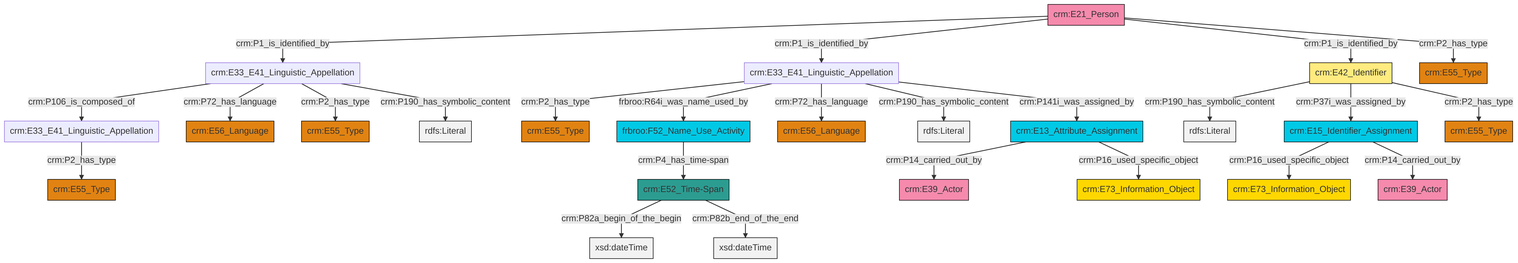
Earlier version of the Mermaid export et/personCSV/ttl/mmd/png/Person_Names_and_Classification.png (swiss-art-research-net/docs.swissartresearch). Its source is kept beside it as et/personCSV/ttl/mmd/Person_Names_and_Classification.ttl.mmd.
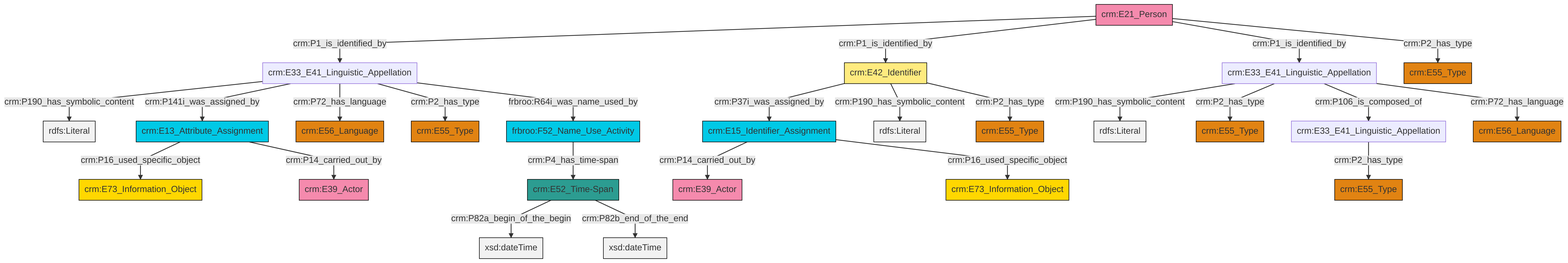
After the change.

Change to the diagram source:
```diff
@@ -13,27 +13,27 @@
 classDef PC_Classes fill:#4ce600, stroke:#000000;
 classDef Multi fill:#cccccc,stroke:#000000;
 
-0["crm:E33_E41_Linguistic_Appellation"]:::Default -->|crm:P2_has_type| 1["crm:E55_Type"]:::Type
-6["crm:E15_Identifier_Assignment"]:::Temporal_Entity -->|crm:P16_used_specific_object| 7["crm:E73_Information_Object"]:::Conceptual_Object
-8["crm:E33_E41_Linguistic_Appellation"]:::Default -->|crm:P106_is_composed_of| 9["crm:E33_E41_Linguistic_Appellation"]:::Default
-0["crm:E33_E41_Linguistic_Appellation"]:::Default -->|frbroo:R64i_was_name_used_by| 13["frbroo:F52_Name_Use_Activity"]:::Temporal_Entity
-9["crm:E33_E41_Linguistic_Appellation"]:::Default -->|crm:P2_has_type| 14["crm:E55_Type"]:::Type
-8["crm:E33_E41_Linguistic_Appellation"]:::Default -->|crm:P72_has_language| 4["crm:E56_Language"]:::Type
-0["crm:E33_E41_Linguistic_Appellation"]:::Default -->|crm:P72_has_language| 15["crm:E56_Language"]:::Type
-11["crm:E42_Identifier"]:::Appellation -->|crm:P190_has_symbolic_content| 17[rdfs:Literal]:::Literal
-0["crm:E33_E41_Linguistic_Appellation"]:::Default -->|crm:P190_has_symbolic_content| 20[rdfs:Literal]:::Literal
-11["crm:E42_Identifier"]:::Appellation -->|crm:P37i_was_assigned_by| 6["crm:E15_Identifier_Assignment"]:::Temporal_Entity
-18["crm:E13_Attribute_Assignment"]:::Temporal_Entity -->|crm:P14_carried_out_by| 21["crm:E39_Actor"]:::Actor
-18["crm:E13_Attribute_Assignment"]:::Temporal_Entity -->|crm:P16_used_specific_object| 28["crm:E73_Information_Object"]:::Conceptual_Object
-6["crm:E15_Identifier_Assignment"]:::Temporal_Entity -->|crm:P14_carried_out_by| 32["crm:E39_Actor"]:::Actor
-8["crm:E33_E41_Linguistic_Appellation"]:::Default -->|crm:P2_has_type| 25["crm:E55_Type"]:::Type
-2["crm:E21_Person"]:::Actor -->|crm:P1_is_identified_by| 8["crm:E33_E41_Linguistic_Appellation"]:::Default
+0["crm:E33_E41_Linguistic_Appellation"]:::Default -->|crm:P190_has_symbolic_content| 1[rdfs:Literal]:::Literal
+8["crm:E21_Person"]:::Actor -->|crm:P1_is_identified_by| 0["crm:E33_E41_Linguistic_Appellation"]:::Default
+9["crm:E15_Identifier_Assignment"]:::Temporal_Entity -->|crm:P14_carried_out_by| 2["crm:E39_Actor"]:::Actor
+12["crm:E42_Identifier"]:::Appellation -->|crm:P37i_was_assigned_by| 9["crm:E15_Identifier_Assignment"]:::Temporal_Entity
+14["crm:E52_Time-Span"]:::Time-Span -->|crm:P82a_begin_of_the_begin| 15[xsd:dateTime]:::Literal
+18["crm:E13_Attribute_Assignment"]:::Temporal_Entity -->|crm:P16_used_specific_object| 19["crm:E73_Information_Object"]:::Conceptual_Object
 0["crm:E33_E41_Linguistic_Appellation"]:::Default -->|crm:P141i_was_assigned_by| 18["crm:E13_Attribute_Assignment"]:::Temporal_Entity
-13["frbroo:F52_Name_Use_Activity"]:::Temporal_Entity -->|crm:P4_has_time-span| 33["crm:E52_Time-Span"]:::Time-Span
-2["crm:E21_Person"]:::Actor -->|crm:P1_is_identified_by| 0["crm:E33_E41_Linguistic_Appellation"]:::Default
-2["crm:E21_Person"]:::Actor -->|crm:P1_is_identified_by| 11["crm:E42_Identifier"]:::Appellation
-8["crm:E33_E41_Linguistic_Appellation"]:::Default -->|crm:P190_has_symbolic_content| 38[rdfs:Literal]:::Literal
-33["crm:E52_Time-Span"]:::Time-Span -->|crm:P82a_begin_of_the_begin| 39[xsd:dateTime]:::Literal
-2["crm:E21_Person"]:::Actor -->|crm:P2_has_type| 40["crm:E55_Type"]:::Type
-11["crm:E42_Identifier"]:::Appellation -->|crm:P2_has_type| 36["crm:E55_Type"]:::Type
-33["crm:E52_Time-Span"]:::Time-Span -->|crm:P82b_end_of_the_end| 42[xsd:dateTime]:::Literal
+14["crm:E52_Time-Span"]:::Time-Span -->|crm:P82b_end_of_the_end| 22[xsd:dateTime]:::Literal
+12["crm:E42_Identifier"]:::Appellation -->|crm:P190_has_symbolic_content| 23[rdfs:Literal]:::Literal
+24["frbroo:F52_Name_Use_Activity"]:::Temporal_Entity -->|crm:P4_has_time-span| 14["crm:E52_Time-Span"]:::Time-Span
+8["crm:E21_Person"]:::Actor -->|crm:P1_is_identified_by| 12["crm:E42_Identifier"]:::Appellation
+18["crm:E13_Attribute_Assignment"]:::Temporal_Entity -->|crm:P14_carried_out_by| 28["crm:E39_Actor"]:::Actor
+0["crm:E33_E41_Linguistic_Appellation"]:::Default -->|crm:P72_has_language| 25["crm:E56_Language"]:::Type
+12["crm:E42_Identifier"]:::Appellation -->|crm:P2_has_type| 30["crm:E55_Type"]:::Type
+33["crm:E33_E41_Linguistic_Appellation"]:::Default -->|crm:P190_has_symbolic_content| 34[rdfs:Literal]:::Literal
+6["crm:E33_E41_Linguistic_Appellation"]:::Default -->|crm:P2_has_type| 20["crm:E55_Type"]:::Type
+8["crm:E21_Person"]:::Actor -->|crm:P1_is_identified_by| 33["crm:E33_E41_Linguistic_Appellation"]:::Default
+33["crm:E33_E41_Linguistic_Appellation"]:::Default -->|crm:P2_has_type| 4["crm:E55_Type"]:::Type
+9["crm:E15_Identifier_Assignment"]:::Temporal_Entity -->|crm:P16_used_specific_object| 31["crm:E73_Information_Object"]:::Conceptual_Object
+8["crm:E21_Person"]:::Actor -->|crm:P2_has_type| 16["crm:E55_Type"]:::Type
+33["crm:E33_E41_Linguistic_Appellation"]:::Default -->|crm:P106_is_composed_of| 6["crm:E33_E41_Linguistic_Appellation"]:::Default
+33["crm:E33_E41_Linguistic_Appellation"]:::Default -->|crm:P72_has_language| 40["crm:E56_Language"]:::Type
+0["crm:E33_E41_Linguistic_Appellation"]:::Default -->|crm:P2_has_type| 10["crm:E55_Type"]:::Type
+0["crm:E33_E41_Linguistic_Appellation"]:::Default -->|frbroo:R64i_was_name_used_by| 24["frbroo:F52_Name_Use_Activity"]:::Temporal_Entity
```
